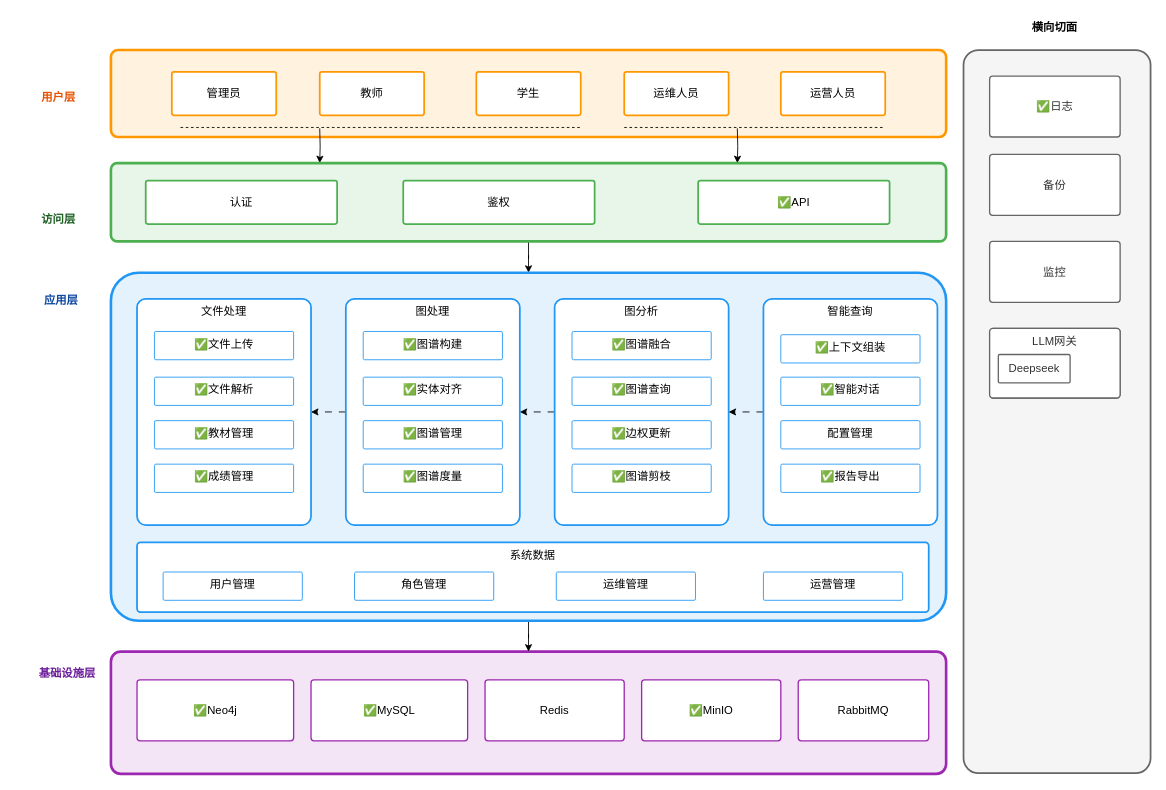
The draw.io diagram docs/design-view/dev-view/diagrams/structure/layered-architecture.drawio in Eliauk-L/GraphNexus, before the edit. Source tidied: cells renumbered, new cells numbered last; positions are measured from the earlier drawing's top-left corner, leaving out a move shared by most shapes. Both pictures are drawn from the tidied source at 87%, with x=0, y=0 at pixel (15, 15).
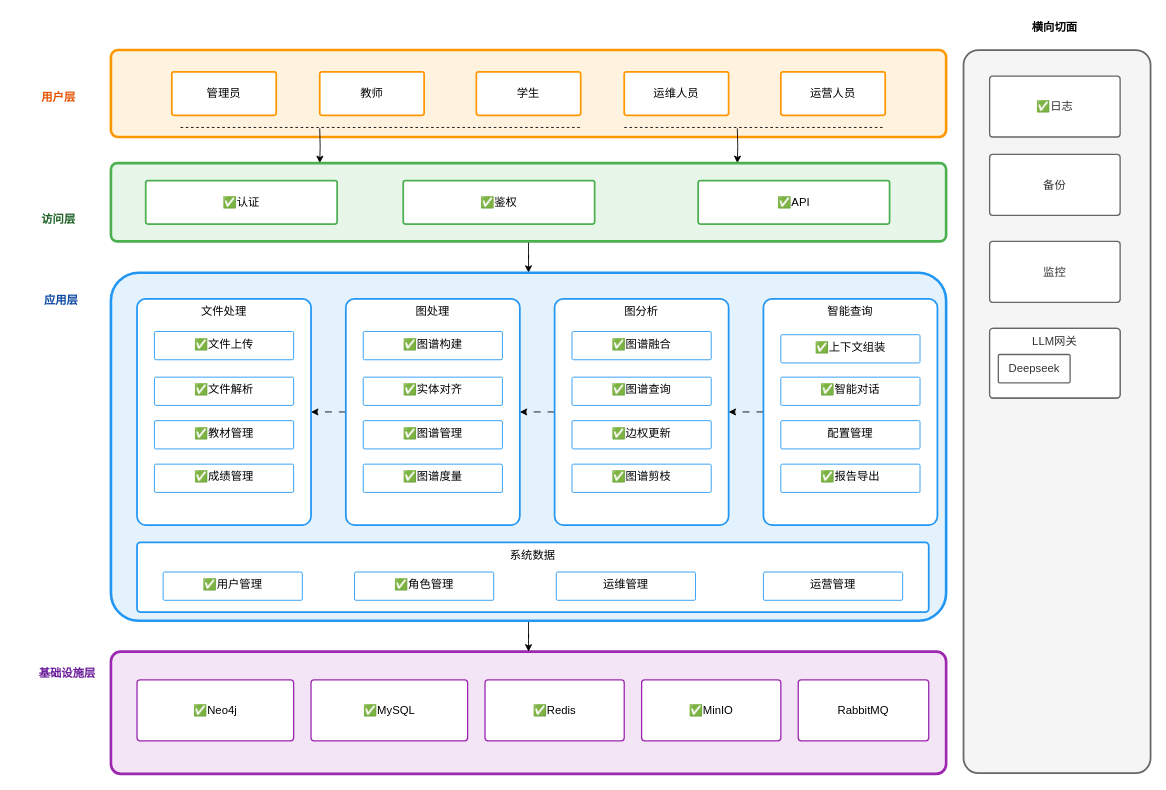
The same page after the edit.

Diff of the diagram source:
```diff
@@
-    <mxCell id="10" value="Redis" style="rounded=1;whiteSpace=wrap;fillColor=#ffffff;strokeColor=#9C27B0;strokeWidth=1.5;fontSize=13;arcSize=5;align=center;" parent="1" vertex="1">
+    <mxCell id="10" value="✅Redis" style="rounded=1;whiteSpace=wrap;fillColor=#ffffff;strokeColor=#9C27B0;strokeWidth=1.5;fontSize=13;arcSize=5;align=center;" parent="1" vertex="1">
       <mxGeometry x="540" y="764" width="160" height="70" as="geometry" />
     </mxCell>
@@
-    <mxCell id="39" value="认证" style="rounded=1;whiteSpace=wrap;fillColor=#ffffff;strokeColor=#4CAF50;strokeWidth=2;fontSize=13;arcSize=5;align=center;" parent="1" vertex="1">
+    <mxCell id="39" value="✅认证" style="rounded=1;whiteSpace=wrap;fillColor=#ffffff;strokeColor=#4CAF50;strokeWidth=2;fontSize=13;arcSize=5;align=center;" parent="1" vertex="1">
       <mxGeometry x="150" y="190" width="220" height="50" as="geometry" />
     </mxCell>
-    <mxCell id="40" value="鉴权" style="rounded=1;whiteSpace=wrap;fillColor=#ffffff;strokeColor=#4CAF50;strokeWidth=2;fontSize=13;arcSize=5;align=center;" parent="1" vertex="1">
+    <mxCell id="40" value="✅鉴权" style="rounded=1;whiteSpace=wrap;fillColor=#ffffff;strokeColor=#4CAF50;strokeWidth=2;fontSize=13;arcSize=5;align=center;" parent="1" vertex="1">
       <mxGeometry x="446" y="190" width="220" height="50" as="geometry" />
     </mxCell>
@@
-    <mxCell id="55" value="用户管理" style="rounded=1;whiteSpace=wrap;fillColor=#ffffff;strokeColor=#2196F3;strokeWidth=1;fontSize=13;arcSize=5;align=center;verticalAlign=top;" parent="1" vertex="1">
+    <mxCell id="55" value="✅用户管理" style="rounded=1;whiteSpace=wrap;fillColor=#ffffff;strokeColor=#2196F3;strokeWidth=1;fontSize=13;arcSize=5;align=center;verticalAlign=top;" parent="1" vertex="1">
       <mxGeometry x="170" y="640" width="160" height="32.5" as="geometry" />
     </mxCell>
-    <mxCell id="56" value="角色管理" style="rounded=1;whiteSpace=wrap;fillColor=#ffffff;strokeColor=#2196F3;strokeWidth=1;fontSize=13;arcSize=5;align=center;verticalAlign=top;" parent="1" vertex="1">
+    <mxCell id="56" value="✅角色管理" style="rounded=1;whiteSpace=wrap;fillColor=#ffffff;strokeColor=#2196F3;strokeWidth=1;fontSize=13;arcSize=5;align=center;verticalAlign=top;" parent="1" vertex="1">
       <mxGeometry x="390" y="640" width="160" height="32.5" as="geometry" />
     </mxCell>
```
